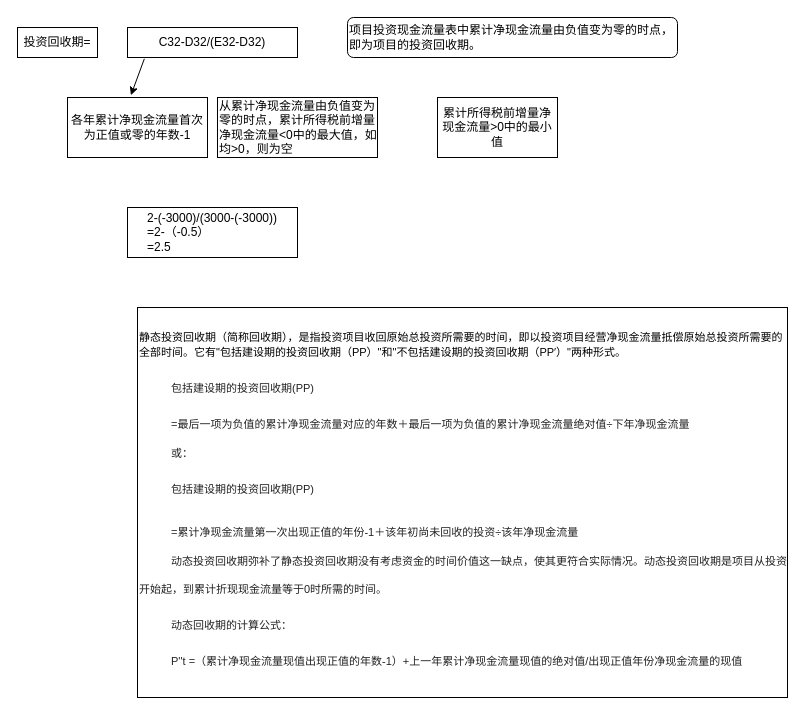
The draw.io diagram page "Page-5 投资回收期" (5 of 6) of Untitled Diagram.drawio in Yatttin/attention-nmt, before the edit. Source tidied: cells renumbered, new cells numbered last; positions are measured from the earlier drawing's top-left corner, leaving out a move shared by most shapes. Both pictures are drawn from the tidied source at 100%, with x=0, y=0 at pixel (17, 17).
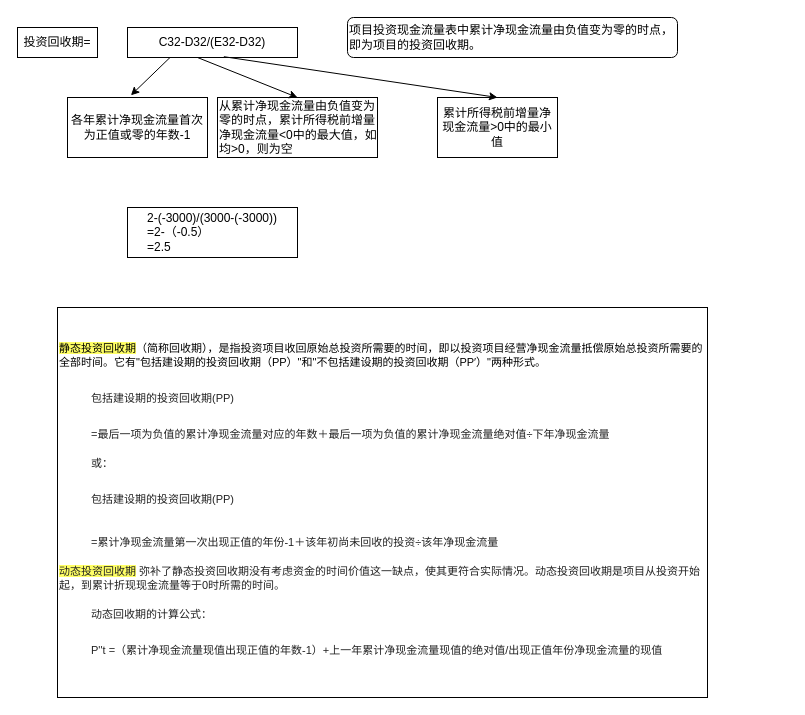
After the change.

Diff of the diagram source:
```diff
@@
 <mxGraphModel>
   <root>
     <mxCell id="0" />
     <mxCell id="1" parent="0" />
     <mxCell id="2" value="C32-D32/(E32-D32)" style="rounded=0;whiteSpace=wrap;html=1;" parent="1" vertex="1">
       <mxGeometry x="110" y="10" width="170" height="30" as="geometry" />
     </mxCell>
     <mxCell id="3" value="投资回收期=" style="rounded=0;whiteSpace=wrap;html=1;" parent="1" vertex="1">
       <mxGeometry y="10" width="80" height="30" as="geometry" />
     </mxCell>
     <mxCell id="4" value="各年累计净现金流量首次为正值或零的年数-1" style="rounded=0;whiteSpace=wrap;html=1;" parent="1" vertex="1">
       <mxGeometry x="50" y="80" width="140" height="60" as="geometry" />
     </mxCell>
-    <mxCell id="5" style="endArrow=classic;html=1;rounded=0;exitX=0.099;exitY=1.045;exitDx=0;exitDy=0;exitPerimeter=0;entryX=0.453;entryY=-0.037;entryDx=0;entryDy=0;entryPerimeter=0;" parent="1" edge="1" source="2" target="4">
+    <mxCell id="5" style="endArrow=classic;html=1;rounded=0;exitX=0.25;exitY=1;exitDx=0;exitDy=0;entryX=0.453;entryY=-0.037;entryDx=0;entryDy=0;entryPerimeter=0;" parent="1" edge="1" source="2" target="4">
       <mxGeometry relative="1" as="geometry" />
     </mxCell>
     <mxCell id="6" value="项目投资现金流量表中累计净现金流量由负值变为零的时点，即为项目的投资回收期。" style="rounded=1;whiteSpace=wrap;html=1;align=left;" parent="1" vertex="1">
       <mxGeometry x="330" width="330" height="40" as="geometry" />
     </mxCell>
     <mxCell id="7" value="从累计净现金流量由负值变为零的时点，累计所得税前增量净现金流量&amp;lt;0中的最大值，如均&amp;gt;0，则为空" style="rounded=0;whiteSpace=wrap;html=1;align=left;" parent="1" vertex="1">
       <mxGeometry x="200" y="80" width="160" height="60" as="geometry" />
     </mxCell>
     <mxCell id="8" value="累计所得税前增量净现金流量&amp;gt;0中的最小值" style="rounded=0;whiteSpace=wrap;html=1;" parent="1" vertex="1">
       <mxGeometry x="420" y="80" width="120" height="60" as="geometry" />
     </mxCell>
     <mxCell id="9" value="&lt;div style=&quot;text-align: left;&quot;&gt;&lt;span style=&quot;background-color: initial;&quot;&gt;2-(-3000)/(3000-(-3000))&lt;/span&gt;&lt;/div&gt;&lt;div style=&quot;text-align: left;&quot;&gt;&lt;span style=&quot;background-color: initial;&quot;&gt;=2-（-0.5）&lt;/span&gt;&lt;/div&gt;&lt;div style=&quot;text-align: left;&quot;&gt;&lt;span style=&quot;background-color: initial;&quot;&gt;=2.5&lt;/span&gt;&lt;/div&gt;" style="rounded=0;whiteSpace=wrap;html=1;" parent="1" vertex="1">
       <mxGeometry x="110" y="190" width="170" height="50" as="geometry" />
     </mxCell>
-    <mxCell id="10" value="&lt;font style=&quot;font-size: 11px;&quot;&gt;静态投资回收期（简称回收期），是指投资项目收回原始总投资所需要的时间，即以投资项目经营净现金流量抵偿原始总投资所需要的全部时间。它有&quot;包括建设期的投资回收期（PP）&quot;和&quot;不包括建设期的投资回收期（PP′）&quot;两种形式。&lt;br style=&quot;color: rgb(34, 34, 34); line-break: anywhere; line-height: 28px; text-indent: 32px; word-break: break-all; font-family: &amp;quot;Microsoft YaHei&amp;quot;, Helvetica, Arial, sans-serif; background-color: rgb(255, 255, 255); font-size: 11px;&quot;&gt;&lt;span style=&quot;-webkit-tap-highlight-color: rgba(0, 0, 0, 0); border: none; outline: none; color: rgb(34, 34, 34); line-break: anywhere; line-height: 28px; word-break: break-all; display: inline-block; height: 28px; margin-top: 8px; overflow: hidden; vertical-align: bottom; width: 32px; font-family: &amp;quot;Microsoft YaHei&amp;quot;, Helvetica, Arial, sans-serif; background-color: rgb(255, 255, 255); font-size: 11px;&quot; class=&quot;text-indent&quot;&gt;&lt;/span&gt;&lt;span style=&quot;color: rgb(34, 34, 34); font-family: &amp;quot;Microsoft YaHei&amp;quot;, Helvetica, Arial, sans-serif; text-indent: 32px; background-color: rgb(255, 255, 255); font-size: 11px;&quot;&gt;包括建设期的投资回收期(PP)&lt;/span&gt;&lt;br style=&quot;color: rgb(34, 34, 34); line-break: anywhere; line-height: 28px; text-indent: 32px; word-break: break-all; font-family: &amp;quot;Microsoft YaHei&amp;quot;, Helvetica, Arial, sans-serif; background-color: rgb(255, 255, 255); font-size: 11px;&quot;&gt;&lt;span style=&quot;-webkit-tap-highlight-color: rgba(0, 0, 0, 0); border: none; outline: none; color: rgb(34, 34, 34); line-break: anywhere; line-height: 28px; word-break: break-all; display: inline-block; height: 28px; margin-top: 8px; overflow: hidden; vertical-align: bottom; width: 32px; font-family: &amp;quot;Microsoft YaHei&amp;quot;, Helvetica, Arial, sans-serif; background-color: rgb(255, 255, 255); font-size: 11px;&quot; class=&quot;text-indent&quot;&gt;&lt;/span&gt;&lt;span style=&quot;color: rgb(34, 34, 34); font-family: &amp;quot;Microsoft YaHei&amp;quot;, Helvetica, Arial, sans-serif; text-indent: 32px; background-color: rgb(255, 255, 255); font-size: 11px;&quot;&gt;=最后一项为负值的累计净现金流量对应的年数＋最后一项为负值的累计净现金流量绝对值÷下年净现金流量&lt;/span&gt;&lt;/font&gt;&lt;p style=&quot;margin: 8px 0px 0px; color: rgb(34, 34, 34); line-break: anywhere; line-height: 28px; text-indent: 32px; word-break: break-all; font-family: &amp;quot;Microsoft YaHei&amp;quot;, Helvetica, Arial, sans-serif; background-color: rgb(255, 255, 255); font-size: 11px;&quot;&gt;&lt;font style=&quot;font-size: 11px;&quot;&gt;或：&lt;/font&gt;&lt;/p&gt;&lt;p style=&quot;margin: 8px 0px 0px; color: rgb(34, 34, 34); line-break: anywhere; line-height: 28px; text-indent: 32px; word-break: break-all; font-family: &amp;quot;Microsoft YaHei&amp;quot;, Helvetica, Arial, sans-serif; background-color: rgb(255, 255, 255); font-size: 11px;&quot;&gt;&lt;font style=&quot;font-size: 11px;&quot;&gt;包括建设期的投资回收期(PP)&lt;/font&gt;&lt;/p&gt;&lt;font style=&quot;font-size: 11px;&quot;&gt;&lt;span style=&quot;-webkit-tap-highlight-color: rgba(0, 0, 0, 0); border: none; outline: none; color: rgb(34, 34, 34); line-break: anywhere; line-height: 28px; word-break: break-all; display: inline-block; height: 28px; margin-top: 8px; overflow: hidden; vertical-align: bottom; width: 32px; font-family: &amp;quot;Microsoft YaHei&amp;quot;, Helvetica, Arial, sans-serif; background-color: rgb(255, 255, 255); font-size: 11px;&quot; class=&quot;text-indent&quot;&gt;&lt;/span&gt;&lt;span style=&quot;color: rgb(34, 34, 34); font-family: &amp;quot;Microsoft YaHei&amp;quot;, Helvetica, Arial, sans-serif; text-indent: 32px; background-color: rgb(255, 255, 255); font-size: 11px;&quot;&gt;=累计净现金流量第一次出现正值的年份-1＋该年初尚未回收的投资÷该年净现金流量&lt;/span&gt;&lt;/font&gt;&lt;p style=&quot;margin: 8px 0px 0px; color: rgb(34, 34, 34); line-break: anywhere; line-height: 28px; text-indent: 32px; word-break: break-all; font-family: &amp;quot;Microsoft YaHei&amp;quot;, Helvetica, Arial, sans-serif; background-color: rgb(255, 255, 255); font-size: 11px;&quot;&gt;&lt;font style=&quot;font-size: 11px;&quot;&gt;动态投资回收期弥补了静态投资回收期没有考虑资金的时间价值这一缺点，使其更符合实际情况。动态投资回收期是项目从投资开始起，到累计折现现金流量等于0时所需的时间。&lt;/font&gt;&lt;/p&gt;&lt;p style=&quot;margin: 8px 0px 0px; color: rgb(34, 34, 34); line-break: anywhere; line-height: 28px; text-indent: 32px; word-break: break-all; font-family: &amp;quot;Microsoft YaHei&amp;quot;, Helvetica, Arial, sans-serif; background-color: rgb(255, 255, 255); font-size: 11px;&quot;&gt;&lt;font style=&quot;font-size: 11px;&quot;&gt;动态回收期的计算公式：&lt;/font&gt;&lt;/p&gt;&lt;p style=&quot;margin: 8px 0px 0px; color: rgb(34, 34, 34); line-break: anywhere; line-height: 28px; text-indent: 32px; word-break: break-all; font-family: &amp;quot;Microsoft YaHei&amp;quot;, Helvetica, Arial, sans-serif; background-color: rgb(255, 255, 255); font-size: 11px;&quot;&gt;&lt;font style=&quot;font-size: 11px;&quot;&gt;P''t =（累计净现金流量现值出现正值的年数-1）+上一年累计净现金流量现值的绝对值/出现正值年份净现金流量的现值&lt;/font&gt;&lt;/p&gt;" style="rounded=0;whiteSpace=wrap;html=1;align=left;" parent="1" vertex="1">
-      <mxGeometry x="120" y="290" width="650" height="390" as="geometry" />
+    <mxCell id="10" value="&lt;font style=&quot;font-size: 11px;&quot;&gt;&lt;span style=&quot;background-color: rgb(255, 255, 102);&quot;&gt;静态投资回收期&lt;/span&gt;（简称回收期），是指投资项目收回原始总投资所需要的时间，即以投资项目经营净现金流量抵偿原始总投资所需要的全部时间。它有&quot;包括建设期的投资回收期（PP）&quot;和&quot;不包括建设期的投资回收期（PP′）&quot;两种形式。&lt;br style=&quot;color: rgb(34, 34, 34); line-break: anywhere; line-height: 28px; text-indent: 32px; word-break: break-all; font-family: &amp;quot;Microsoft YaHei&amp;quot;, Helvetica, Arial, sans-serif; background-color: rgb(255, 255, 255); font-size: 11px;&quot;&gt;&lt;span style=&quot;-webkit-tap-highlight-color: rgba(0, 0, 0, 0); border: none; outline: none; color: rgb(34, 34, 34); line-break: anywhere; line-height: 28px; word-break: break-all; display: inline-block; height: 28px; margin-top: 8px; overflow: hidden; vertical-align: bottom; width: 32px; font-family: &amp;quot;Microsoft YaHei&amp;quot;, Helvetica, Arial, sans-serif; background-color: rgb(255, 255, 255); font-size: 11px;&quot; class=&quot;text-indent&quot;&gt;&lt;/span&gt;&lt;span style=&quot;color: rgb(34, 34, 34); font-family: &amp;quot;Microsoft YaHei&amp;quot;, Helvetica, Arial, sans-serif; text-indent: 32px; background-color: rgb(255, 255, 255); font-size: 11px;&quot;&gt;包括建设期的投资回收期(PP)&lt;/span&gt;&lt;br style=&quot;color: rgb(34, 34, 34); line-break: anywhere; line-height: 28px; text-indent: 32px; word-break: break-all; font-family: &amp;quot;Microsoft YaHei&amp;quot;, Helvetica, Arial, sans-serif; background-color: rgb(255, 255, 255); font-size: 11px;&quot;&gt;&lt;span style=&quot;-webkit-tap-highlight-color: rgba(0, 0, 0, 0); border: none; outline: none; color: rgb(34, 34, 34); line-break: anywhere; line-height: 28px; word-break: break-all; display: inline-block; height: 28px; margin-top: 8px; overflow: hidden; vertical-align: bottom; width: 32px; font-family: &amp;quot;Microsoft YaHei&amp;quot;, Helvetica, Arial, sans-serif; background-color: rgb(255, 255, 255); font-size: 11px;&quot; class=&quot;text-indent&quot;&gt;&lt;/span&gt;&lt;span style=&quot;color: rgb(34, 34, 34); font-family: &amp;quot;Microsoft YaHei&amp;quot;, Helvetica, Arial, sans-serif; text-indent: 32px; background-color: rgb(255, 255, 255); font-size: 11px;&quot;&gt;=最后一项为负值的累计净现金流量对应的年数＋最后一项为负值的累计净现金流量绝对值÷下年净现金流量&lt;/span&gt;&lt;/font&gt;&lt;p style=&quot;margin: 8px 0px 0px; color: rgb(34, 34, 34); line-break: anywhere; line-height: 28px; text-indent: 32px; word-break: break-all; font-family: &amp;quot;Microsoft YaHei&amp;quot;, Helvetica, Arial, sans-serif; background-color: rgb(255, 255, 255); font-size: 11px;&quot;&gt;&lt;font style=&quot;font-size: 11px;&quot;&gt;或：&lt;/font&gt;&lt;/p&gt;&lt;p style=&quot;margin: 8px 0px 0px; color: rgb(34, 34, 34); line-break: anywhere; line-height: 28px; text-indent: 32px; word-break: break-all; font-family: &amp;quot;Microsoft YaHei&amp;quot;, Helvetica, Arial, sans-serif; background-color: rgb(255, 255, 255); font-size: 11px;&quot;&gt;&lt;font style=&quot;font-size: 11px;&quot;&gt;包括建设期的投资回收期(PP)&lt;/font&gt;&lt;/p&gt;&lt;font style=&quot;font-size: 11px;&quot;&gt;&lt;span style=&quot;-webkit-tap-highlight-color: rgba(0, 0, 0, 0); border: none; outline: none; color: rgb(34, 34, 34); line-break: anywhere; line-height: 28px; word-break: break-all; display: inline-block; height: 28px; margin-top: 8px; overflow: hidden; vertical-align: bottom; width: 32px; font-family: &amp;quot;Microsoft YaHei&amp;quot;, Helvetica, Arial, sans-serif; background-color: rgb(255, 255, 255); font-size: 11px;&quot; class=&quot;text-indent&quot;&gt;&lt;/span&gt;&lt;span style=&quot;color: rgb(34, 34, 34); font-family: &amp;quot;Microsoft YaHei&amp;quot;, Helvetica, Arial, sans-serif; text-indent: 32px; background-color: rgb(255, 255, 255); font-size: 11px;&quot;&gt;=累计净现金流量第一次出现正值的年份-1＋该年初尚未回收的投资÷该年净现金流量&lt;br&gt;&lt;/span&gt;&lt;span style=&quot;color: rgb(34, 34, 34); font-family: &amp;quot;Microsoft YaHei&amp;quot;, Helvetica, Arial, sans-serif; text-indent: 32px;&quot;&gt;&lt;br&gt;&lt;span style=&quot;background-color: rgb(255, 255, 102);&quot;&gt;动态投资回收期&lt;/span&gt;&lt;/span&gt;&lt;span style=&quot;background-color: rgb(255, 255, 255); color: rgb(34, 34, 34); font-family: &amp;quot;Microsoft YaHei&amp;quot;, Helvetica, Arial, sans-serif; text-indent: 32px;&quot;&gt; 弥补了静态投资回收期没有考虑资金的时间价值这一缺点，使其更符合实际情况。动态投资回收期是项目从投资开始起，到累计折现现金流量等于0时所需的时间。&lt;/span&gt;&lt;span style=&quot;color: rgb(34, 34, 34); font-family: &amp;quot;Microsoft YaHei&amp;quot;, Helvetica, Arial, sans-serif; text-indent: 32px; background-color: rgb(255, 255, 255); font-size: 11px;&quot;&gt;&lt;br&gt;&lt;/span&gt;&lt;/font&gt;&lt;p style=&quot;margin: 8px 0px 0px; color: rgb(34, 34, 34); line-break: anywhere; line-height: 28px; text-indent: 32px; word-break: break-all; font-family: &amp;quot;Microsoft YaHei&amp;quot;, Helvetica, Arial, sans-serif; background-color: rgb(255, 255, 255); font-size: 11px;&quot;&gt;&lt;font style=&quot;font-size: 11px;&quot;&gt;动态回收期的计算公式：&lt;/font&gt;&lt;/p&gt;&lt;p style=&quot;margin: 8px 0px 0px; color: rgb(34, 34, 34); line-break: anywhere; line-height: 28px; text-indent: 32px; word-break: break-all; font-family: &amp;quot;Microsoft YaHei&amp;quot;, Helvetica, Arial, sans-serif; background-color: rgb(255, 255, 255); font-size: 11px;&quot;&gt;&lt;font style=&quot;font-size: 11px;&quot;&gt;P''t =（累计净现金流量现值出现正值的年数-1）+上一年累计净现金流量现值的绝对值/出现正值年份净现金流量的现值&lt;/font&gt;&lt;/p&gt;" style="rounded=0;whiteSpace=wrap;html=1;align=left;" parent="1" vertex="1">
+      <mxGeometry x="40" y="290" width="650" height="390" as="geometry" />
     </mxCell>
+    <mxCell id="11" style="endArrow=classic;html=1;rounded=0;entryX=0.5;entryY=0;entryDx=0;entryDy=0;" parent="1" edge="1" target="7">
+      <mxGeometry relative="1" as="geometry">
+        <mxPoint x="180" y="40" as="sourcePoint" />
+      </mxGeometry>
+    </mxCell>
+    <mxCell id="12" style="endArrow=classic;html=1;rounded=0;exitX=0.567;exitY=0.973;exitDx=0;exitDy=0;entryX=0.5;entryY=0;entryDx=0;entryDy=0;exitPerimeter=0;" parent="1" edge="1" source="2" target="8">
+      <mxGeometry relative="1" as="geometry" />
+    </mxCell>
   </root>
 </mxGraphModel>
```
